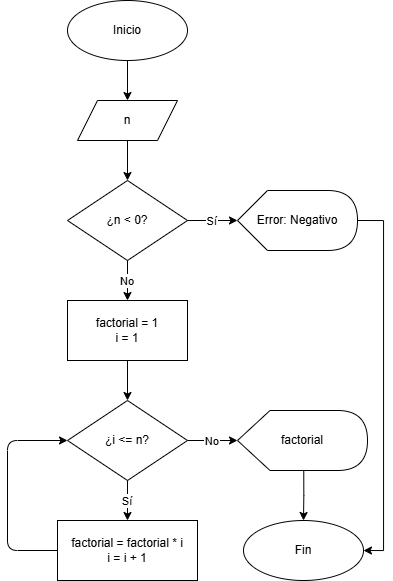
This is chapter4/dfd/dfd4.5.7_12.png from UPclopezpAalgorithmsBook/solutions, a draw.io export, as it was before one commit. Source tidied: cells renumbered, new cells last; positions are measured from the earlier drawing's top-left corner, leaving out a move shared by most shapes. Source of this version:
```xml
<mxGraphModel>
  <root>
    <mxCell id="0" />
    <mxCell id="1" parent="0" />
    <mxCell id="2" value="Inicio" style="ellipse;whiteSpace=wrap;html=1;" parent="1" vertex="1">
      <mxGeometry x="60" width="120" height="60" as="geometry" />
    </mxCell>
    <mxCell id="3" value="n" style="shape=parallelogram;perimeter=parallelogramPerimeter;whiteSpace=wrap;html=1;fixedSize=1;" parent="1" vertex="1">
      <mxGeometry x="70" y="100" width="100" height="40" as="geometry" />
    </mxCell>
    <mxCell id="4" value="¿n &lt; 0?" style="rhombus;whiteSpace=wrap;html=1;" parent="1" vertex="1">
      <mxGeometry x="60" y="180" width="120" height="80" as="geometry" />
    </mxCell>
    <mxCell id="5" value="factorial = 1&lt;br&gt;i = 1" style="rounded=0;whiteSpace=wrap;html=1;" parent="1" vertex="1">
      <mxGeometry x="60" y="300" width="120" height="60" as="geometry" />
    </mxCell>
    <mxCell id="6" style="edgeStyle=orthogonalEdgeStyle;rounded=0;jettySize=auto;html=1;exitX=1;exitY=0.5;exitDx=0;exitDy=0;exitPerimeter=0;entryX=1;entryY=0.5;entryDx=0;entryDy=0;" parent="1" edge="1" source="7" target="12">
      <mxGeometry relative="1" as="geometry" />
    </mxCell>
    <mxCell id="7" value="Error: Negativo" style="shape=display;whiteSpace=wrap;html=1;" parent="1" vertex="1">
      <mxGeometry x="230" y="190" width="120" height="60" as="geometry" />
    </mxCell>
    <mxCell id="8" value="¿i &lt;= n?" style="rhombus;whiteSpace=wrap;html=1;" parent="1" vertex="1">
      <mxGeometry x="60" y="400" width="120" height="80" as="geometry" />
    </mxCell>
    <mxCell id="9" value="factorial = factorial * i&lt;br&gt;i = i + 1" style="rounded=0;whiteSpace=wrap;html=1;" parent="1" vertex="1">
      <mxGeometry x="50" y="520" width="140" height="60" as="geometry" />
    </mxCell>
    <mxCell id="10" style="edgeStyle=orthogonalEdgeStyle;rounded=0;jettySize=auto;html=1;exitX=0;exitY=0;exitDx=66.25;exitDy=60;exitPerimeter=0;" parent="1" edge="1" source="11" target="12">
      <mxGeometry relative="1" as="geometry" />
    </mxCell>
    <mxCell id="11" value="factorial" style="shape=display;whiteSpace=wrap;html=1;" parent="1" vertex="1">
      <mxGeometry x="230" y="410" width="130" height="60" as="geometry" />
    </mxCell>
    <mxCell id="12" value="Fin" style="ellipse;whiteSpace=wrap;html=1;" parent="1" vertex="1">
      <mxGeometry x="236" y="520" width="120" height="60" as="geometry" />
    </mxCell>
    <mxCell id="13" parent="1" edge="1" source="2" target="3">
      <mxGeometry relative="1" as="geometry" />
    </mxCell>
    <mxCell id="14" parent="1" edge="1" source="3" target="4">
      <mxGeometry relative="1" as="geometry" />
    </mxCell>
    <mxCell id="15" value="No" parent="1" edge="1" source="4" target="5">
      <mxGeometry relative="1" as="geometry" />
    </mxCell>
    <mxCell id="16" value="Sí" parent="1" edge="1" source="4" target="7">
      <mxGeometry relative="1" as="geometry" />
    </mxCell>
    <mxCell id="17" parent="1" edge="1" source="5" target="8">
      <mxGeometry relative="1" as="geometry" />
    </mxCell>
    <mxCell id="18" value="Sí" parent="1" edge="1" source="8" target="9">
      <mxGeometry relative="1" as="geometry" />
    </mxCell>
    <mxCell id="19" value="No" parent="1" edge="1" source="8" target="11">
      <mxGeometry relative="1" as="geometry" />
    </mxCell>
    <mxCell id="20" parent="1" edge="1" source="9" target="8">
      <mxGeometry relative="1" as="geometry">
        <Array as="points">
          <mxPoint y="550" />
          <mxPoint y="440" />
        </Array>
      </mxGeometry>
    </mxCell>
  </root>
</mxGraphModel>
```
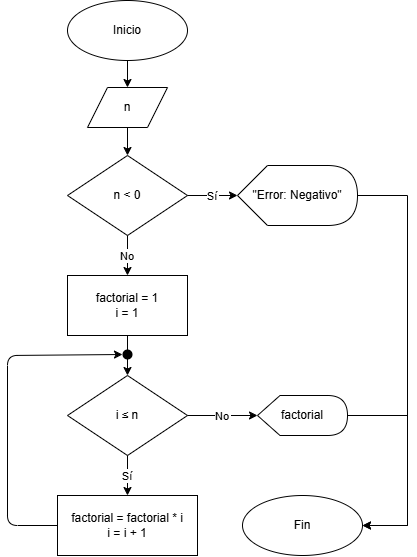
The same diagram one commit later.

Change to the diagram source:
```diff
@@ -2,67 +2,98 @@
   <root>
     <mxCell id="0" />
     <mxCell id="1" parent="0" />
+    <mxCell id="20" parent="1" edge="1">
+      <mxGeometry relative="1" as="geometry">
+        <mxPoint x="60" y="440" as="targetPoint" />
+        <Array as="points">
+          <mxPoint y="550" />
+          <mxPoint y="440" />
+        </Array>
+      </mxGeometry>
+    </mxCell>
+    <mxCell id="21" style="endArrow=classic;html=1;exitX=0;exitY=0.5;exitDx=0;exitDy=0;entryX=0;entryY=0.5;entryDx=0;entryDy=0;" parent="1" edge="1">
+      <mxGeometry relative="1" as="geometry">
+        <mxPoint x="60" y="260" as="targetPoint" />
+        <Array as="points">
+          <mxPoint y="500" />
+          <mxPoint y="260" />
+        </Array>
+      </mxGeometry>
+    </mxCell>
     <mxCell id="2" value="Inicio" style="ellipse;whiteSpace=wrap;html=1;" parent="1" vertex="1">
-      <mxGeometry x="60" width="120" height="60" as="geometry" />
+      <mxGeometry x="60" y="25" width="120" height="60" as="geometry" />
     </mxCell>
     <mxCell id="3" value="n" style="shape=parallelogram;perimeter=parallelogramPerimeter;whiteSpace=wrap;html=1;fixedSize=1;" parent="1" vertex="1">
-      <mxGeometry x="70" y="100" width="100" height="40" as="geometry" />
+      <mxGeometry x="80" y="112" width="80" height="40" as="geometry" />
     </mxCell>
-    <mxCell id="4" value="¿n &lt; 0?" style="rhombus;whiteSpace=wrap;html=1;" parent="1" vertex="1">
-      <mxGeometry x="60" y="180" width="120" height="80" as="geometry" />
-    </mxCell>
+    <mxCell id="22" value="n &amp;lt; 0" style="rhombus;whiteSpace=wrap;html=1;" parent="1" vertex="1">
+      <mxGeometry x="60" y="180" width="120" height="80" as="geometry" />
+    </mxCell>
     <mxCell id="5" value="factorial = 1&lt;br&gt;i = 1" style="rounded=0;whiteSpace=wrap;html=1;" parent="1" vertex="1">
       <mxGeometry x="60" y="300" width="120" height="60" as="geometry" />
     </mxCell>
-    <mxCell id="6" style="edgeStyle=orthogonalEdgeStyle;rounded=0;jettySize=auto;html=1;exitX=1;exitY=0.5;exitDx=0;exitDy=0;exitPerimeter=0;entryX=1;entryY=0.5;entryDx=0;entryDy=0;" parent="1" edge="1" source="7" target="12">
-      <mxGeometry relative="1" as="geometry" />
-    </mxCell>
-    <mxCell id="7" value="Error: Negativo" style="shape=display;whiteSpace=wrap;html=1;" parent="1" vertex="1">
-      <mxGeometry x="230" y="190" width="120" height="60" as="geometry" />
-    </mxCell>
-    <mxCell id="8" value="¿i &lt;= n?" style="rhombus;whiteSpace=wrap;html=1;" parent="1" vertex="1">
-      <mxGeometry x="60" y="400" width="120" height="80" as="geometry" />
-    </mxCell>
+    <mxCell id="23" style="edgeStyle=orthogonalEdgeStyle;rounded=0;jettySize=auto;html=1;exitX=1;exitY=0.5;exitDx=0;exitDy=0;exitPerimeter=0;entryX=1;entryY=0.5;entryDx=0;entryDy=0;" parent="1" edge="1" source="24" target="12">
+      <mxGeometry relative="1" as="geometry">
+        <Array as="points">
+          <mxPoint x="400" y="220" />
+          <mxPoint x="400" y="550" />
+        </Array>
+      </mxGeometry>
+    </mxCell>
+    <mxCell id="24" value="&quot;Error: Negativo&quot;" style="shape=display;whiteSpace=wrap;html=1;" parent="1" vertex="1">
+      <mxGeometry x="230" y="190" width="120" height="60" as="geometry" />
+    </mxCell>
+    <mxCell id="25" value="i&amp;nbsp;≤ n" style="rhombus;whiteSpace=wrap;html=1;" parent="1" vertex="1">
+      <mxGeometry x="60" y="400" width="120" height="80" as="geometry" />
+    </mxCell>
     <mxCell id="9" value="factorial = factorial * i&lt;br&gt;i = i + 1" style="rounded=0;whiteSpace=wrap;html=1;" parent="1" vertex="1">
       <mxGeometry x="50" y="520" width="140" height="60" as="geometry" />
     </mxCell>
-    <mxCell id="10" style="edgeStyle=orthogonalEdgeStyle;rounded=0;jettySize=auto;html=1;exitX=0;exitY=0;exitDx=66.25;exitDy=60;exitPerimeter=0;" parent="1" edge="1" source="11" target="12">
-      <mxGeometry relative="1" as="geometry" />
+    <mxCell id="10" style="edgeStyle=orthogonalEdgeStyle;rounded=0;jettySize=auto;html=1;exitX=1;exitY=0.5;exitDx=0;exitDy=0;exitPerimeter=0;entryX=1;entryY=0.5;entryDx=0;entryDy=0;" parent="1" edge="1" source="11" target="12">
+      <mxGeometry relative="1" as="geometry">
+        <Array as="points">
+          <mxPoint x="400" y="440" />
+          <mxPoint x="400" y="550" />
+        </Array>
+      </mxGeometry>
     </mxCell>
     <mxCell id="11" value="factorial" style="shape=display;whiteSpace=wrap;html=1;" parent="1" vertex="1">
-      <mxGeometry x="230" y="410" width="130" height="60" as="geometry" />
+      <mxGeometry x="250" y="420" width="90" height="40" as="geometry" />
     </mxCell>
     <mxCell id="12" value="Fin" style="ellipse;whiteSpace=wrap;html=1;" parent="1" vertex="1">
-      <mxGeometry x="236" y="520" width="120" height="60" as="geometry" />
+      <mxGeometry x="235" y="520" width="120" height="60" as="geometry" />
     </mxCell>
     <mxCell id="13" parent="1" edge="1" source="2" target="3">
       <mxGeometry relative="1" as="geometry" />
     </mxCell>
-    <mxCell id="14" parent="1" edge="1" source="3" target="4">
-      <mxGeometry relative="1" as="geometry" />
-    </mxCell>
-    <mxCell id="15" value="No" parent="1" edge="1" source="4" target="5">
-      <mxGeometry relative="1" as="geometry" />
-    </mxCell>
-    <mxCell id="16" value="Sí" parent="1" edge="1" source="4" target="7">
-      <mxGeometry relative="1" as="geometry" />
-    </mxCell>
-    <mxCell id="17" parent="1" edge="1" source="5" target="8">
-      <mxGeometry relative="1" as="geometry" />
-    </mxCell>
-    <mxCell id="18" value="Sí" parent="1" edge="1" source="8" target="9">
-      <mxGeometry relative="1" as="geometry" />
-    </mxCell>
-    <mxCell id="19" value="No" parent="1" edge="1" source="8" target="11">
-      <mxGeometry relative="1" as="geometry" />
-    </mxCell>
-    <mxCell id="20" parent="1" edge="1" source="9" target="8">
-      <mxGeometry relative="1" as="geometry">
-        <Array as="points">
-          <mxPoint y="550" />
-          <mxPoint y="440" />
-        </Array>
-      </mxGeometry>
-    </mxCell>
+    <mxCell id="26" parent="1" edge="1" source="3" target="22">
+      <mxGeometry relative="1" as="geometry" />
+    </mxCell>
+    <mxCell id="27" value="No" parent="1" edge="1" source="22" target="5">
+      <mxGeometry relative="1" as="geometry" />
+    </mxCell>
+    <mxCell id="28" value="Sí" parent="1" edge="1" source="22" target="24">
+      <mxGeometry relative="1" as="geometry" />
+    </mxCell>
+    <mxCell id="29" parent="1" edge="1" source="5" target="25">
+      <mxGeometry relative="1" as="geometry" />
+    </mxCell>
+    <mxCell id="30" value="Sí" parent="1" edge="1" source="25" target="9">
+      <mxGeometry relative="1" as="geometry" />
+    </mxCell>
+    <mxCell id="31" value="No" parent="1" edge="1" source="25" target="11">
+      <mxGeometry relative="1" as="geometry" />
+    </mxCell>
+    <mxCell id="32" style="entryX=0;entryY=0.5;entryDx=0;entryDy=0;" parent="1" edge="1" source="9" target="33">
+      <mxGeometry relative="1" as="geometry">
+        <Array as="points">
+          <mxPoint y="550" />
+          <mxPoint y="380" />
+        </Array>
+      </mxGeometry>
+    </mxCell>
+    <mxCell id="33" style="ellipse;whiteSpace=wrap;html=1;strokeColor=none;fillColor=#000000;" parent="1" vertex="1">
+      <mxGeometry x="115" y="374" width="10" height="10" as="geometry" />
+    </mxCell>
   </root>
 </mxGraphModel>
```
